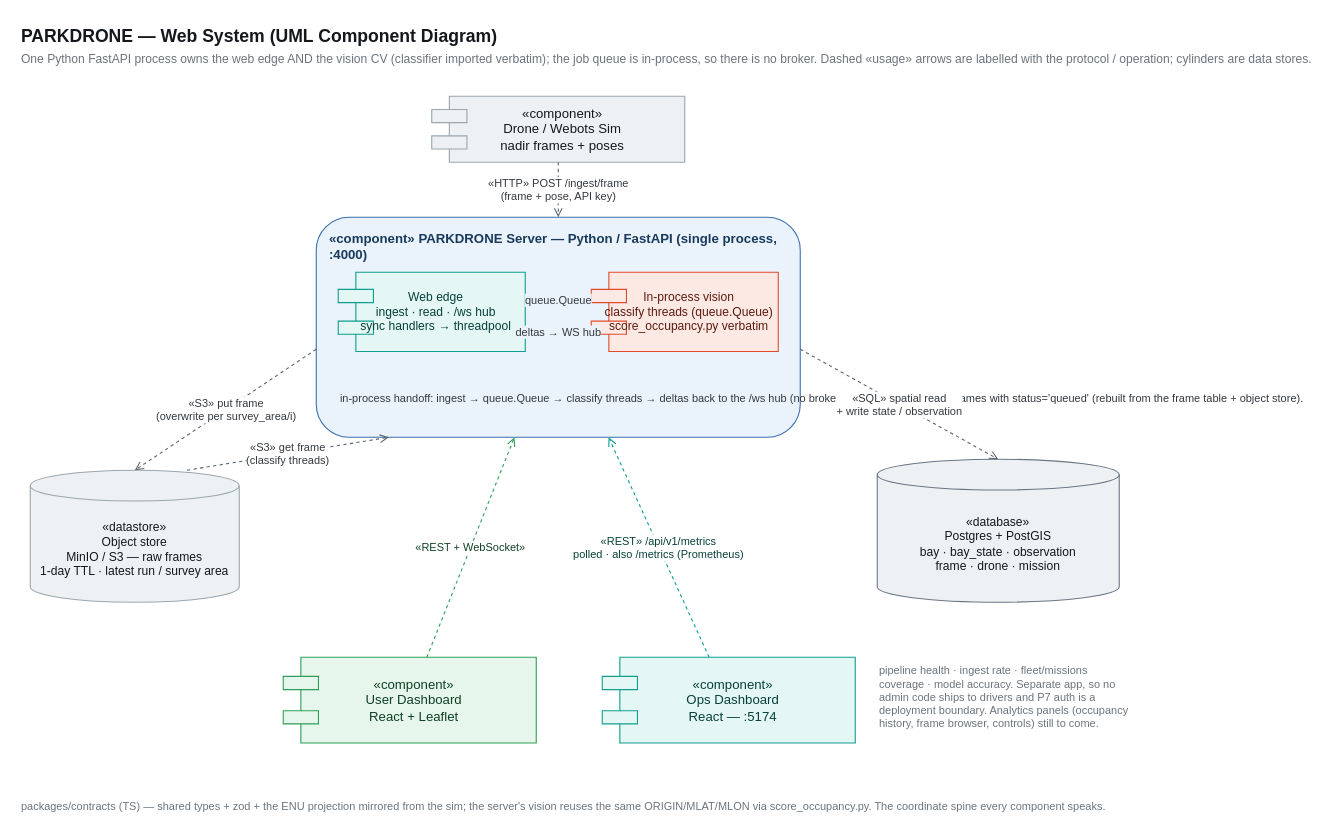
The draw.io diagram web/docs/architecture.drawio in l-pavlova/drone_project, before the edit. Source tidied: cells renumbered, new cells numbered last; positions are measured from the earlier drawing's top-left corner, leaving out a move shared by most shapes. Both pictures are drawn from the tidied source at 110%, with x=0, y=0 at pixel (19, 19).
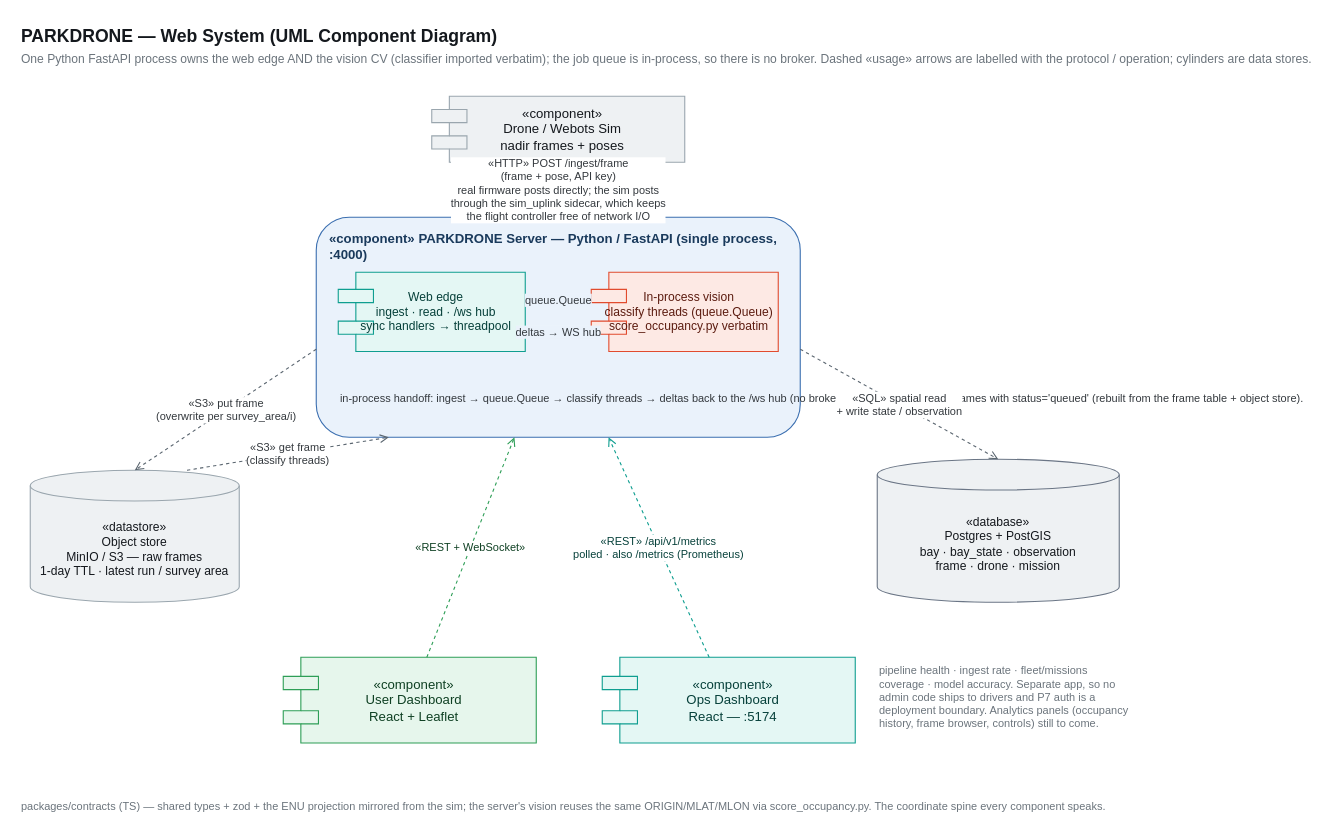
The same page after the edit.

Commit message (it also covers changes not shown here):
Stream sim frames to the API live via an uplink sidecar

Unchanged cells that the change refers to:
```xml
<mxCell id="4" value="«component»&#10;Drone / Webots Sim&#10;nadir frames + poses" style="shape=component;html=1;whiteSpace=wrap;rounded=0;align=center;verticalAlign=middle;fontSize=12;fillColor=#EEF1F3;strokeColor=#9AA6AE;fontColor=#14181D;spacingLeft=8;" parent="1" vertex="1">
  <mxGeometry x="375" y="70" width="230" height="60" as="geometry" />
</mxCell>
<mxCell id="5" value="«component»  PARKDRONE Server — Python / FastAPI (single process, :4000)" style="rounded=1;html=1;whiteSpace=wrap;align=left;verticalAlign=top;fontSize=12;fontStyle=1;fillColor=#EAF2FB;strokeColor=#3B6FB0;fontColor=#1a3a5c;spacingLeft=10;spacingTop=6;verticalAlign=top;" parent="1" vertex="1">
  <mxGeometry x="270" y="180" width="440" height="200" as="geometry" />
</mxCell>
```

What changed in the source:
```diff
@@
-    <mxCell id="16" value="«HTTP» POST /ingest/frame&#10;(frame + pose, API key)" style="endArrow=open;endFill=0;dashed=1;html=1;fontSize=10;strokeColor=#5b6670;fontColor=#33383d;labelBackgroundColor=#ffffff;" parent="1" edge="1" source="4" target="5">
+    <mxCell id="16" value="«HTTP» POST /ingest/frame&#10;(frame + pose, API key)&#10;real firmware posts directly; the sim posts&#10;through the sim_uplink sidecar, which keeps&#10;the flight controller free of network I/O" style="endArrow=open;endFill=0;dashed=1;html=1;fontSize=10;strokeColor=#5b6670;fontColor=#33383d;labelBackgroundColor=#ffffff;" parent="1" edge="1" source="4" target="5">
       <mxGeometry relative="1" as="geometry" />
     </mxCell>
```
